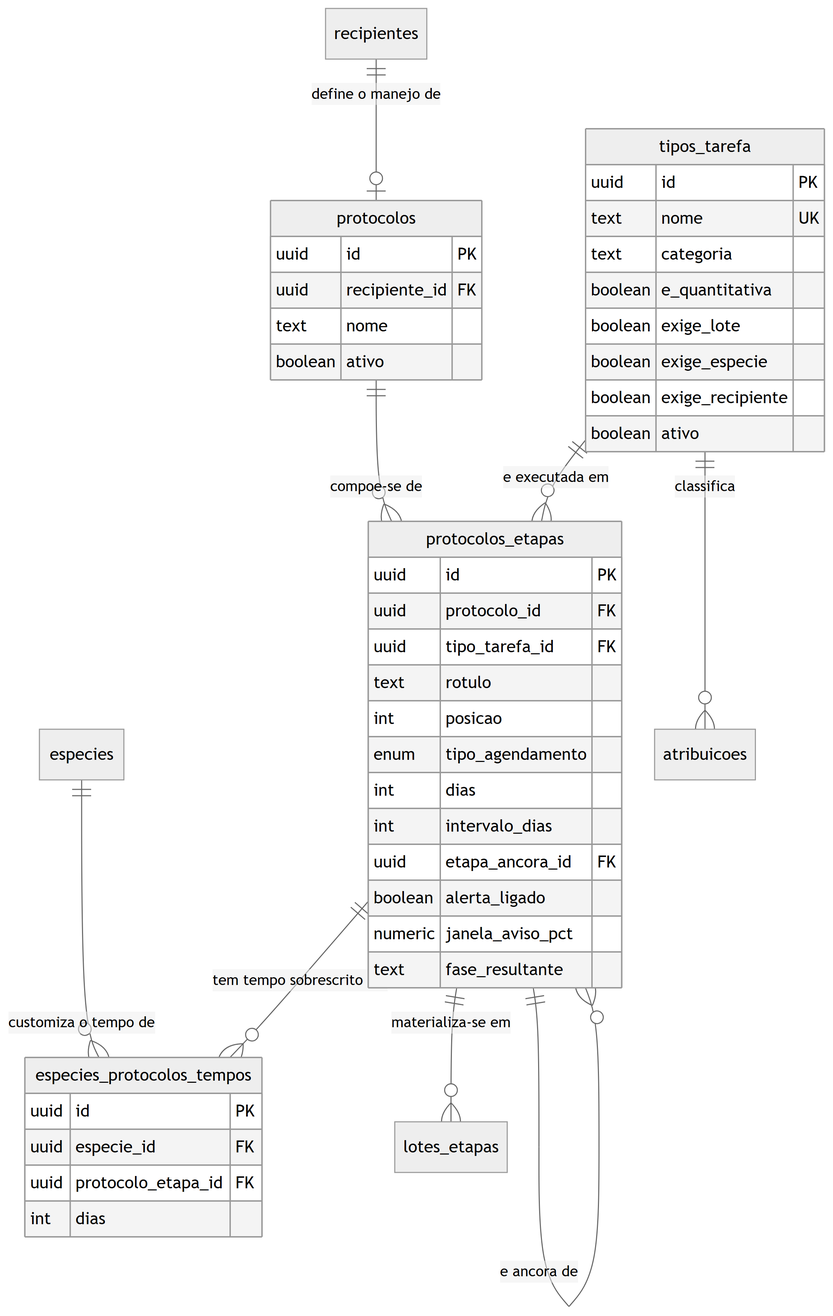
Before: docs/engenharia/modelo-dados-pt/img/fig13-cadastros-tarefa-protocolo.png, a diagram exported from Mermaid (JoaoMudar/tcc). Its source is kept beside it as docs/engenharia/modelo-dados-pt/mmd/fig13-cadastros-tarefa-protocolo.mmd. Its diagram source:
```mermaid
erDiagram
  tipos_tarefa {
    uuid    id PK
    text    nome UK
    text    categoria
    boolean e_quantitativa
    boolean exige_lote
    boolean exige_especie
    boolean exige_recipiente
    boolean ativo
  }
  protocolos {
    uuid    id PK
    uuid    recipiente_id FK
    text    nome
    boolean ativo
  }
  protocolos_etapas {
    uuid    id PK
    uuid    protocolo_id FK
    uuid    tipo_tarefa_id FK
    text    rotulo
    int     posicao
    enum    tipo_agendamento
    int     dias
    int     intervalo_dias
    uuid    etapa_ancora_id FK
    boolean alerta_ligado
    numeric janela_aviso_pct
    text    fase_resultante
  }
  especies_protocolos_tempos {
    uuid id PK
    uuid especie_id FK
    uuid protocolo_etapa_id FK
    int  dias
  }
  recipientes {}
  especies {}
  atribuicoes {}
  lotes_etapas {}

  recipientes ||--o| protocolos        : "define o manejo de"
  protocolos  ||--o{ protocolos_etapas : "compoe-se de"
  protocolos_etapas ||--o{ protocolos_etapas : "e ancora de"
  tipos_tarefa ||--o{ protocolos_etapas : "e executada em"
  tipos_tarefa ||--o{ atribuicoes       : "classifica"
  especies    ||--o{ especies_protocolos_tempos : "customiza o tempo de"
  protocolos_etapas ||--o{ especies_protocolos_tempos : "tem tempo sobrescrito em"
  protocolos_etapas ||--o{ lotes_etapas : "materializa-se em"
```
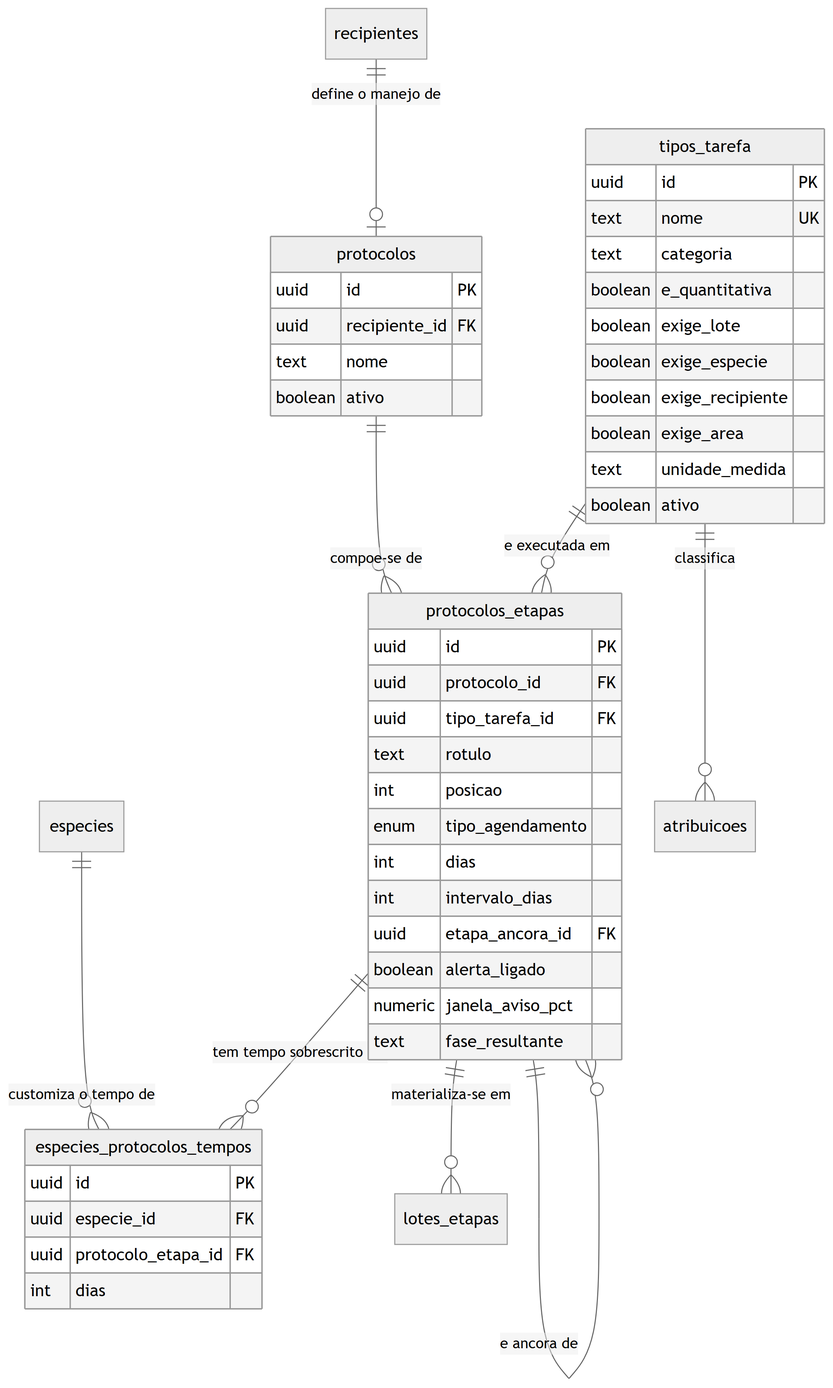
The same file after the commit.

The edit, as a diff of the source:
```diff
@@ -7,6 +7,8 @@
     boolean exige_lote
     boolean exige_especie
     boolean exige_recipiente
+    boolean exige_area
+    text    unidade_medida
     boolean ativo
   }
   protocolos {
```
